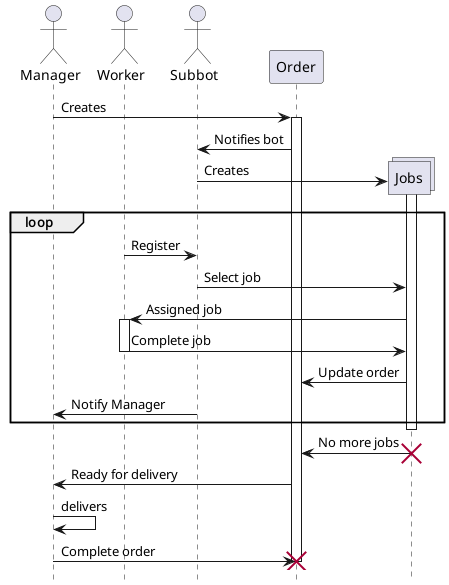
This is doc/img/lifecycle_order.png from Exaltia/subbot, a PlantUML export, as it was before one commit.
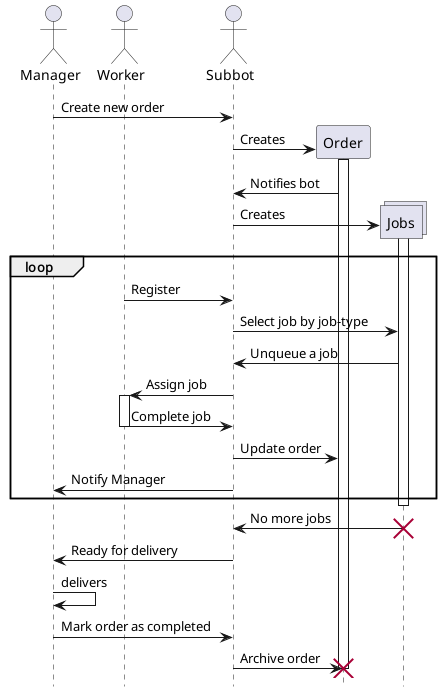
The same diagram one commit later.

Commit message:
Better sequence diagram

Change to the diagram source:
```diff
@@ -5,7 +5,10 @@
 actor Subbot as s
 participant Order as o
 collections Jobs as j
-m -> o : Creates
+
+m -> s : Create new order
+create o
+s -> o : Creates
 activate o
 s <- o : Notifies bot
 create j
@@ -13,20 +16,22 @@
 activate j
 loop
   w -> s : Register
-  s -> j : Select job
-  w <- j : Assigned job
+  s -> j : Select job by job-type
+  j -> s : Unqueue a job
+  w <- s : Assign job
   activate w
-  w -> j : Complete job
+  w -> s : Complete job
   deactivate w
-  j -> o : Update order
+  s -> o : Update order
   m <- s : Notify Manager
 end
 deactivate j
-j -> o : No more jobs
+j -> s : No more jobs
 destroy j
-o -> m : Ready for delivery
+s -> m : Ready for delivery
 m -> m : delivers
-m -> o : Complete order
+m -> s : Mark order as completed
+s -> o : Archive order
 destroy o
 
 @enduml
```
